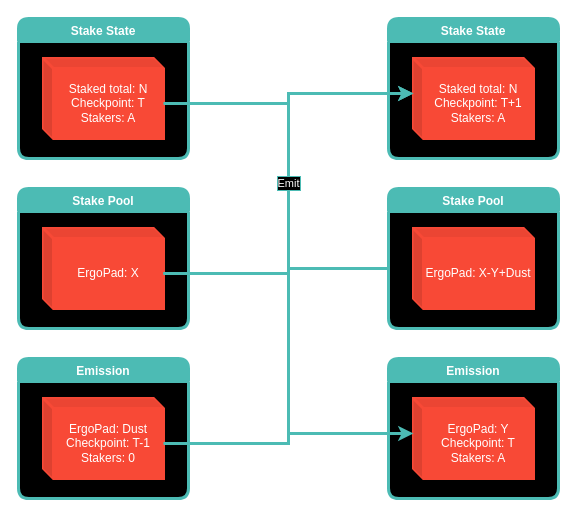
Earlier version of the draw.io diagram app/contracts/images/staking-emit.drawio (ergopad/ergopad-api). Source tidied: cells renumbered, new cells numbered last; positions are measured from the earlier drawing's top-left corner, leaving out a move shared by most shapes. Both pictures are drawn from the tidied source at 100%, with x=0, y=0 at pixel (18, 18).
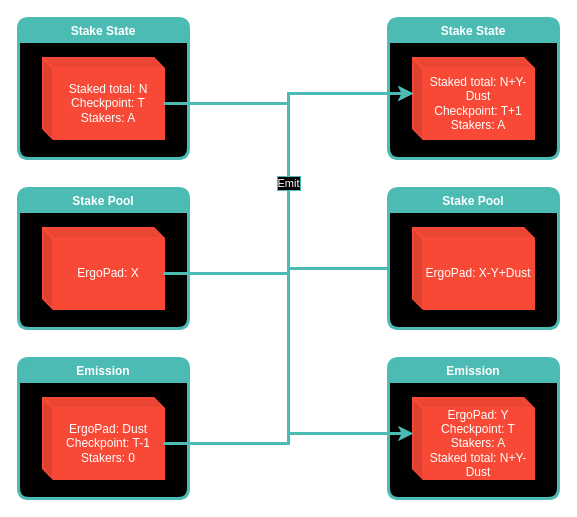
The same page after the edit.

The change refers to these unchanged cells:
```xml
<mxCell id="6" value="Emission" style="swimlane;fillColor=#4CBBB4;swimlaneLine=1;rounded=1;swimlaneFillColor=#000000;fontColor=#FFFFFF;labelBorderColor=none;strokeColor=#4CBBB4;strokeWidth=3;" parent="1" vertex="1">
  <mxGeometry x="370" y="340" width="170" height="140" as="geometry" />
</mxCell>
<mxCell id="8" value="Stake State" style="swimlane;fillColor=#4CBBB4;swimlaneLine=1;rounded=1;swimlaneFillColor=#000000;fontColor=#FFFFFF;labelBorderColor=none;strokeColor=#4CBBB4;strokeWidth=3;" parent="1" vertex="1">
  <mxGeometry x="370" width="170" height="140" as="geometry" />
</mxCell>
```

The edit, as a diff of the source:
```diff
@@
-    <mxCell id="7" value="ErgoPad: Y&lt;br&gt;Checkpoint: T&lt;br&gt;Stakers: A" style="shape=cube;whiteSpace=wrap;html=1;boundedLbl=1;backgroundOutline=1;darkOpacity=0.05;darkOpacity2=0.1;rounded=1;labelBorderColor=none;fontColor=#FFFFFF;strokeColor=#F84936;strokeWidth=3;fillColor=#F84936;size=10;" parent="6" vertex="1">
+    <mxCell id="7" value="ErgoPad: Y&lt;br&gt;Checkpoint: T&lt;br&gt;Stakers: A&lt;br&gt;Staked total: N+Y-Dust" style="shape=cube;whiteSpace=wrap;html=1;boundedLbl=1;backgroundOutline=1;darkOpacity=0.05;darkOpacity2=0.1;rounded=1;labelBorderColor=none;fontColor=#FFFFFF;strokeColor=#F84936;strokeWidth=3;fillColor=#F84936;size=10;" parent="6" vertex="1">
       <mxGeometry x="25" y="40" width="120" height="80" as="geometry" />
     </mxCell>
@@
-    <mxCell id="9" value="Staked total: N&lt;br&gt;Checkpoint: T+1&lt;br&gt;Stakers: A" style="shape=cube;whiteSpace=wrap;html=1;boundedLbl=1;backgroundOutline=1;darkOpacity=0.05;darkOpacity2=0.1;rounded=1;labelBorderColor=none;fontColor=#FFFFFF;strokeColor=#F84936;strokeWidth=3;fillColor=#F84936;size=10;" parent="8" vertex="1">
+    <mxCell id="9" value="Staked total: N+Y-Dust&lt;br&gt;Checkpoint: T+1&lt;br&gt;Stakers: A" style="shape=cube;whiteSpace=wrap;html=1;boundedLbl=1;backgroundOutline=1;darkOpacity=0.05;darkOpacity2=0.1;rounded=1;labelBorderColor=none;fontColor=#FFFFFF;strokeColor=#F84936;strokeWidth=3;fillColor=#F84936;size=10;" parent="8" vertex="1">
       <mxGeometry x="25" y="40" width="120" height="80" as="geometry" />
     </mxCell>
```
